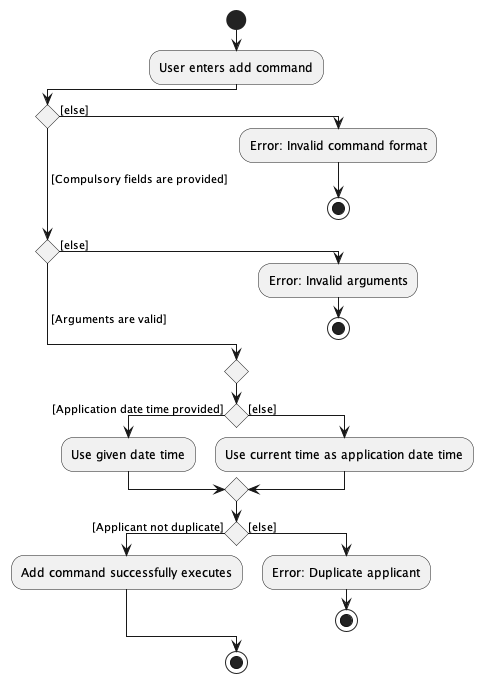
Above: docs/images/AddApplicantActivityDiagram.png in nus-cs2103-AY2223S2/tp (PlantUML), before the change. The source it was exported from:
```plantuml
@startuml
!pragma useVerticalIf on
start
:User enters add command;
if () then ([else])
  :Error: Invalid command format;
  stop
( [Compulsory fields are provided]) elseif () then ([else])
  :Error: Invalid arguments;
  stop
else ( [Arguments are valid])
endif
if () is ([Application date time provided]) then
  :Use given date time;
else ([else])
  :Use current time as application date time;
endif
if () is ([Applicant not duplicate]) then
  :Add command successfully executes;
else ([else])
  :Error: Duplicate applicant;
  stop
endif
stop
@enduml
```
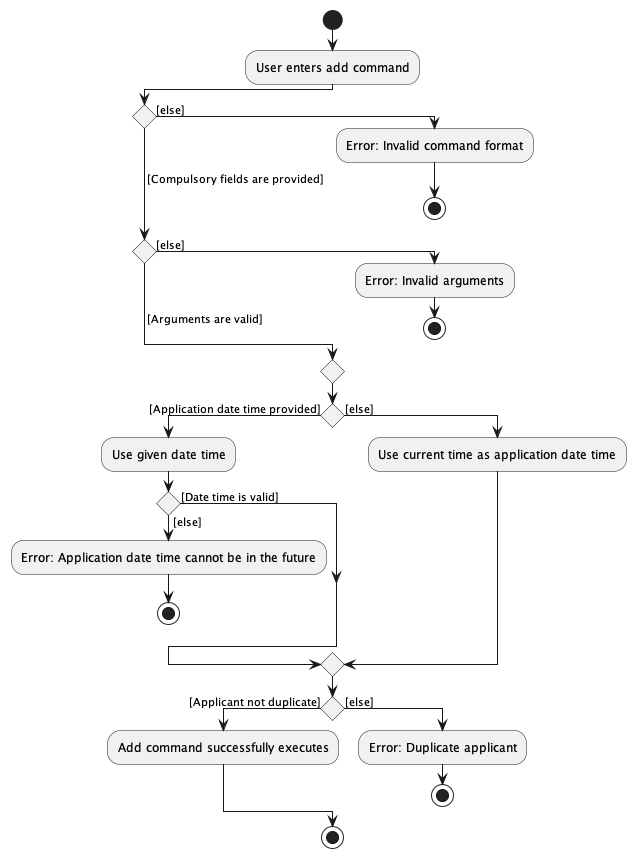
The same file after the commit.

Commit message:
Upddate Add and Reject activity diagrams

What changed in the source:
```diff
@@ -11,9 +11,14 @@
 else ( [Arguments are valid])
 endif
 if () is ([Application date time provided]) then
-  :Use given date time;
+:Use given date time;
+if () then ([else])
+:Error: Application date time cannot be in the future;
+stop
+else ([Date time is valid])
+endif
 else ([else])
-  :Use current time as application date time;
+:Use current time as application date time;
 endif
 if () is ([Applicant not duplicate]) then
   :Add command successfully executes;
```
